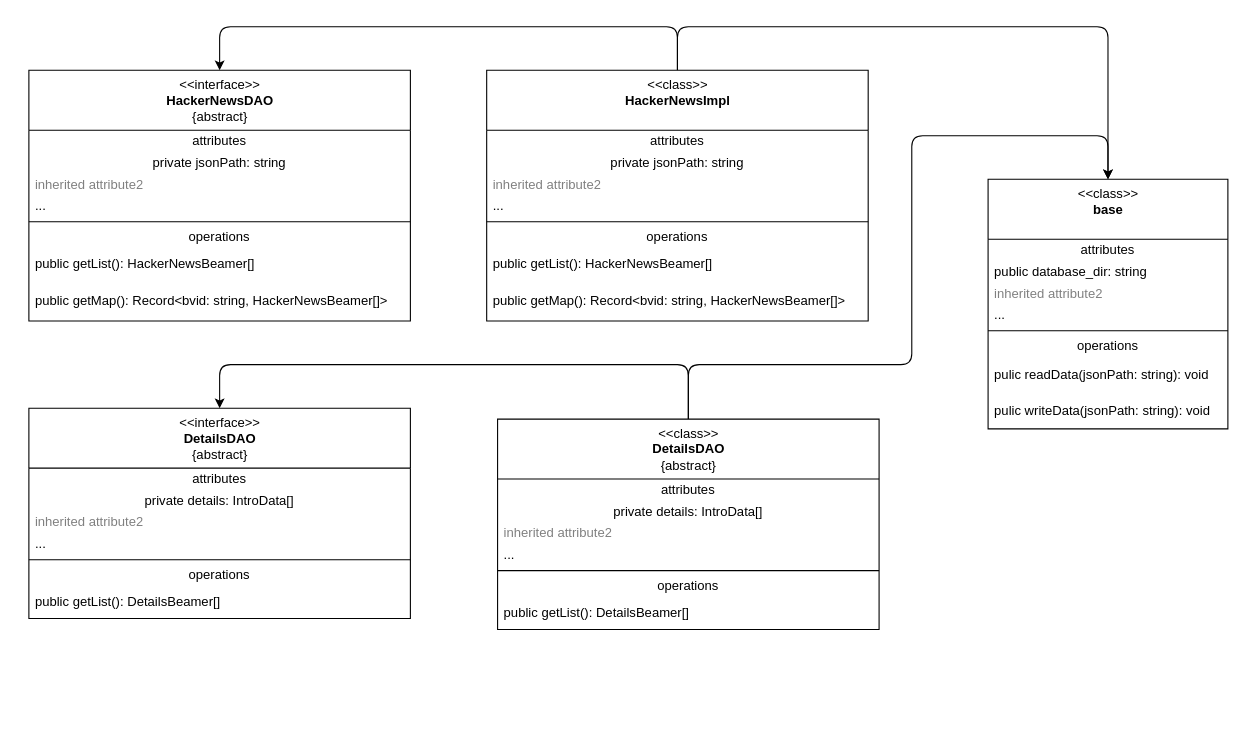
tower-town/Koala-Hacker-News keeps this draw.io diagram as docs/model/impl.drawio. Above is the earlier version. Source tidied: cells renumbered, new cells numbered last; positions are measured from the earlier drawing's top-left corner, leaving out a move shared by most shapes. Both pictures are drawn from the tidied source at 109%, with x=0, y=0 at pixel (28, 26).
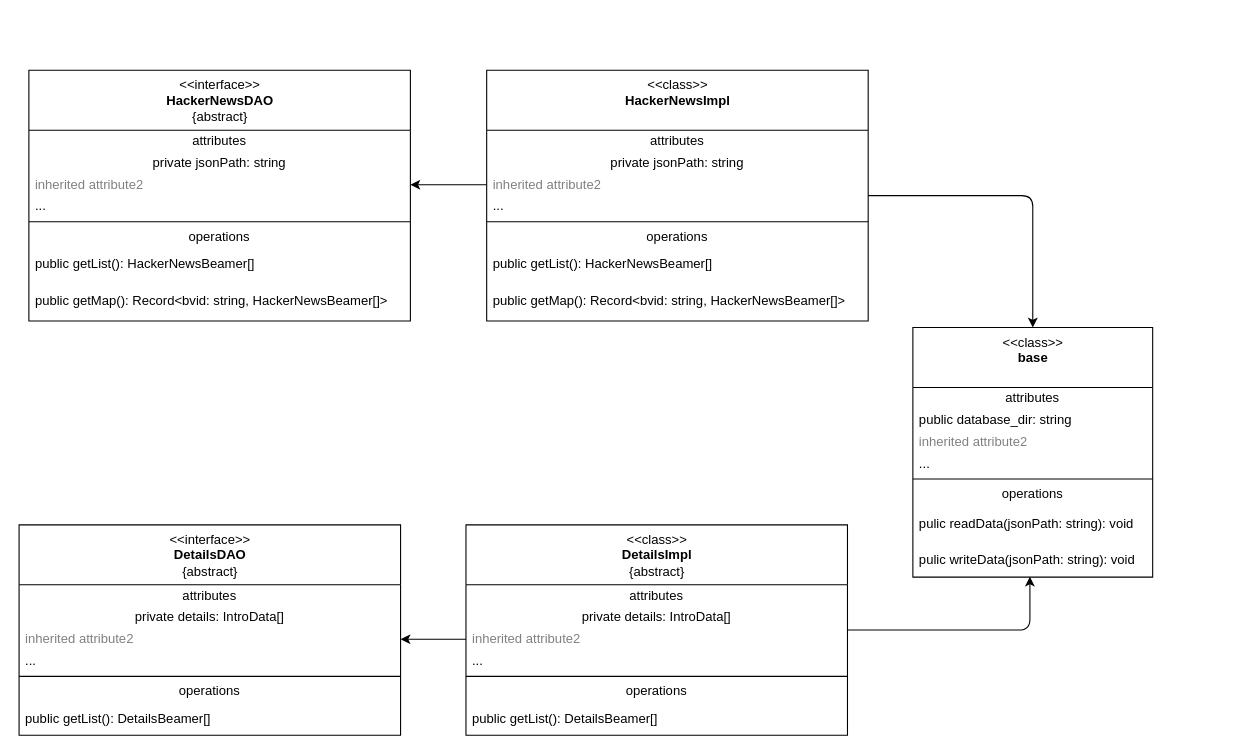
Above is the later version.

The change refers to these unchanged cells:
```xml
<mxCell id="4" value="&amp;lt;&amp;lt;class&amp;gt;&amp;gt;&lt;br&gt;&lt;b&gt;HackerNewsImpl&lt;/b&gt;" style="swimlane;fontStyle=0;align=center;verticalAlign=top;horizontal=1;startSize=55;html=1;" parent="1" vertex="1">
  <mxGeometry x="420" y="40" width="350" height="230" as="geometry" />
</mxCell>
<mxCell id="7" value="inherited attribute2" style="text;html=1;strokeColor=none;fillColor=none;align=left;verticalAlign=middle;spacingLeft=4;spacingRight=4;overflow=hidden;points=[[0,0.5],[1,0.5]];portConstraint=eastwest;fontColor=#808080;" parent="4" vertex="1">
  <mxGeometry y="95" width="350" height="20" as="geometry" />
</mxCell>
<mxCell id="18" value="inherited attribute2" style="text;html=1;strokeColor=none;fillColor=none;align=left;verticalAlign=middle;spacingLeft=4;spacingRight=4;overflow=hidden;points=[[0,0.5],[1,0.5]];portConstraint=eastwest;fontColor=#808080;" parent="15" vertex="1">
  <mxGeometry y="95" width="350" height="20" as="geometry" />
</mxCell>
<mxCell id="23" value="&amp;lt;&amp;lt;interface&amp;gt;&amp;gt;&lt;br&gt;&lt;b&gt;HackerNewsDAO&lt;/b&gt;&lt;br&gt;{abstract}" style="swimlane;fontStyle=0;align=center;verticalAlign=top;horizontal=1;startSize=55;html=1;" parent="1" vertex="1">
  <mxGeometry y="40" width="350" height="230" as="geometry" />
</mxCell>
<mxCell id="26" value="inherited attribute2" style="text;html=1;strokeColor=none;fillColor=none;align=left;verticalAlign=middle;spacingLeft=4;spacingRight=4;overflow=hidden;points=[[0,0.5],[1,0.5]];portConstraint=eastwest;fontColor=#808080;" parent="23" vertex="1">
  <mxGeometry y="95" width="350" height="20" as="geometry" />
</mxCell>
<mxCell id="35" value="inherited attribute2" style="text;html=1;strokeColor=none;fillColor=none;align=left;verticalAlign=middle;spacingLeft=4;spacingRight=4;overflow=hidden;points=[[0,0.5],[1,0.5]];portConstraint=eastwest;fontColor=#808080;" parent="32" vertex="1">
  <mxGeometry y="95" width="350" height="20" as="geometry" />
</mxCell>
<mxCell id="48" value="pulic writeData(jsonPath: string): void" style="text;html=1;strokeColor=none;fillColor=none;align=left;verticalAlign=middle;spacingLeft=4;spacingRight=4;overflow=hidden;points=[[0,0.5],[1,0.5]];portConstraint=eastwest;" parent="40" vertex="1">
  <mxGeometry y="196" width="220" height="33" as="geometry" />
</mxCell>
```

Diff of the diagram source:
```diff
@@
-    <mxCell id="2" style="edgeStyle=orthogonalEdgeStyle;html=1;exitX=0.5;exitY=0;exitDx=0;exitDy=0;entryX=0.5;entryY=0;entryDx=0;entryDy=0;" parent="1" edge="1" source="4" target="23">
-      <mxGeometry relative="1" as="geometry">
-        <Array as="points">
-          <mxPoint x="595" />
-          <mxPoint x="175" />
-        </Array>
-      </mxGeometry>
-    </mxCell>
-    <mxCell id="3" style="edgeStyle=orthogonalEdgeStyle;html=1;exitX=0.5;exitY=0;exitDx=0;exitDy=0;entryX=0.5;entryY=0;entryDx=0;entryDy=0;" parent="1" edge="1" source="4" target="40">
-      <mxGeometry relative="1" as="geometry">
-        <Array as="points">
-          <mxPoint x="595" />
-          <mxPoint x="990" />
-        </Array>
-      </mxGeometry>
+    <mxCell id="3" style="edgeStyle=orthogonalEdgeStyle;html=1;entryX=0.5;entryY=0;entryDx=0;entryDy=0;" parent="1" edge="1" source="4" target="40">
+      <mxGeometry relative="1" as="geometry" />
     </mxCell>
@@
-    <mxCell id="13" style="edgeStyle=orthogonalEdgeStyle;html=1;exitX=0.5;exitY=0;exitDx=0;exitDy=0;entryX=0.5;entryY=0;entryDx=0;entryDy=0;" parent="1" edge="1" source="15" target="32">
-      <mxGeometry relative="1" as="geometry">
-        <Array as="points">
-          <mxPoint x="605" y="310" />
-          <mxPoint x="175" y="310" />
-        </Array>
-      </mxGeometry>
-    </mxCell>
-    <mxCell id="14" style="edgeStyle=orthogonalEdgeStyle;html=1;exitX=0.5;exitY=0;exitDx=0;exitDy=0;entryX=0.5;entryY=0;entryDx=0;entryDy=0;" parent="1" edge="1" source="15" target="40">
-      <mxGeometry relative="1" as="geometry">
-        <Array as="points">
-          <mxPoint x="605" y="310" />
-          <mxPoint x="810" y="310" />
-          <mxPoint x="810" y="100" />
-          <mxPoint x="990" y="100" />
-        </Array>
-      </mxGeometry>
-    </mxCell>
+    <mxCell id="49" style="edgeStyle=orthogonalEdgeStyle;html=1;entryX=0.488;entryY=0.986;entryDx=0;entryDy=0;entryPerimeter=0;" parent="1" edge="1" source="15" target="48">
+      <mxGeometry relative="1" as="geometry" />
+    </mxCell>
-    <mxCell id="15" value="&amp;lt;&amp;lt;class&amp;gt;&amp;gt;&lt;br&gt;&lt;b&gt;DetailsDAO&lt;/b&gt;&lt;br&gt;{abstract}" style="swimlane;fontStyle=0;align=center;verticalAlign=top;horizontal=1;startSize=55;html=1;" parent="1" vertex="1">
-      <mxGeometry x="430" y="360" width="350" height="193" as="geometry" />
+    <mxCell id="15" value="&amp;lt;&amp;lt;class&amp;gt;&amp;gt;&lt;br&gt;&lt;b&gt;DetailsImpl&lt;br&gt;&lt;/b&gt;{abstract}" style="swimlane;fontStyle=0;align=center;verticalAlign=top;horizontal=1;startSize=55;html=1;" parent="1" vertex="1">
+      <mxGeometry x="401" y="457" width="350" height="193" as="geometry" />
     </mxCell>
@@
     <mxCell id="32" value="&amp;lt;&amp;lt;interface&amp;gt;&amp;gt;&lt;br&gt;&lt;b&gt;DetailsDAO&lt;/b&gt;&lt;br&gt;{abstract}" style="swimlane;fontStyle=0;align=center;verticalAlign=top;horizontal=1;startSize=55;html=1;" parent="1" vertex="1">
-      <mxGeometry y="350" width="350" height="193" as="geometry" />
+      <mxGeometry x="-9" y="457" width="350" height="193" as="geometry" />
     </mxCell>
@@
     <mxCell id="40" value="&amp;lt;&amp;lt;class&amp;gt;&amp;gt;&lt;br&gt;&lt;b&gt;base&lt;/b&gt;" style="swimlane;fontStyle=0;align=center;verticalAlign=top;horizontal=1;startSize=55;html=1;" parent="1" vertex="1">
-      <mxGeometry x="880" y="140" width="220" height="229" as="geometry" />
+      <mxGeometry x="811" y="276" width="220" height="229" as="geometry" />
     </mxCell>
@@
+    <mxCell id="50" style="edgeStyle=orthogonalEdgeStyle;html=1;entryX=1;entryY=0.5;entryDx=0;entryDy=0;" parent="1" edge="1" source="18" target="35">
+      <mxGeometry relative="1" as="geometry" />
+    </mxCell>
+    <mxCell id="51" style="edgeStyle=orthogonalEdgeStyle;html=1;entryX=1;entryY=0.5;entryDx=0;entryDy=0;" parent="1" edge="1" source="7" target="26">
+      <mxGeometry relative="1" as="geometry" />
+    </mxCell>
```
